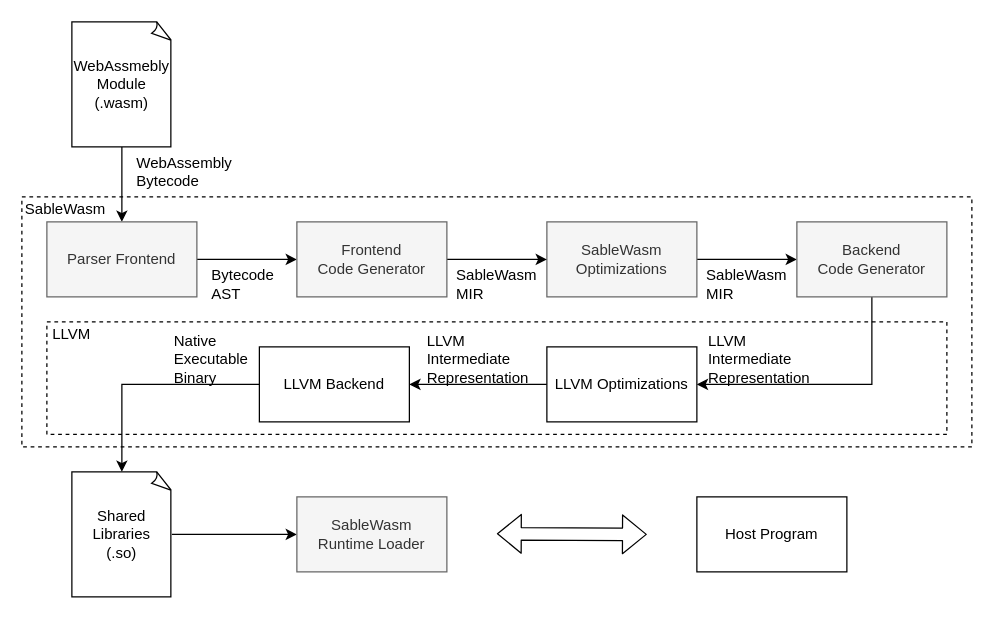
The draw.io diagram Images/design.drawio in NineKa/sable-wasm-thesis, before the edit. Source tidied: cells renumbered, new cells numbered last; positions are measured from the earlier drawing's top-left corner, leaving out a move shared by most shapes. Both pictures are drawn from the tidied source at 125%, with x=0, y=0 at pixel (21, 21).
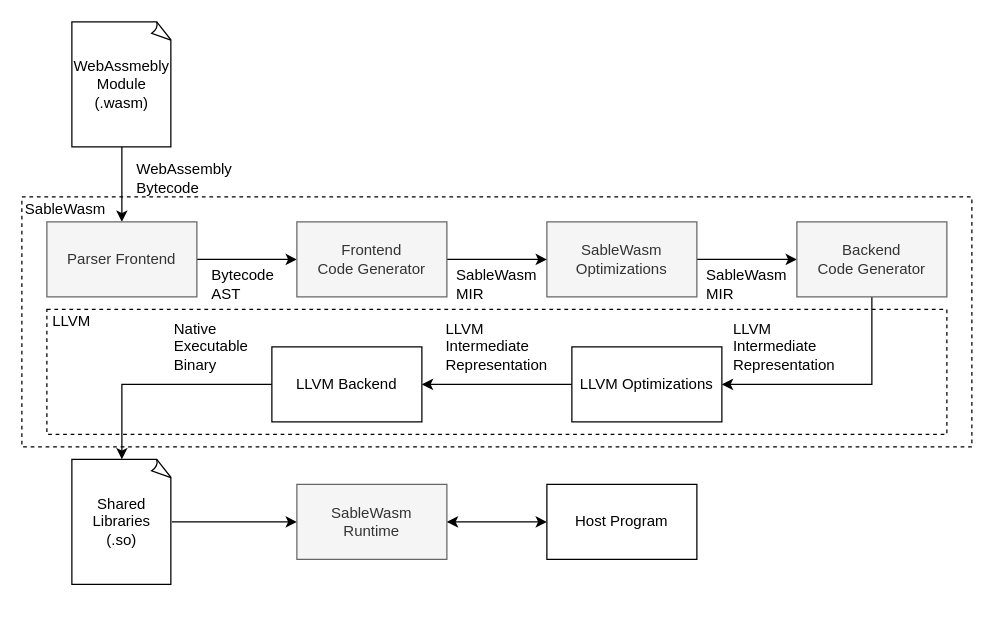
Above is the later version.

Commit message (it also covers changes not shown here):
updating design illustration

What changed in the source:
```diff
@@
     <mxCell id="14" value="LLVM Optimizations" style="rounded=0;whiteSpace=wrap;html=1;" parent="1" vertex="1">
-      <mxGeometry x="420" y="260" width="120" height="60" as="geometry" />
+      <mxGeometry x="440" y="260" width="120" height="60" as="geometry" />
     </mxCell>
@@
     <mxCell id="16" value="Shared&lt;br&gt;Libraries&lt;br&gt;(.so)" style="whiteSpace=wrap;html=1;shape=mxgraph.basic.document;" parent="1" vertex="1">
-      <mxGeometry x="40" y="360" width="80" height="100" as="geometry" />
+      <mxGeometry x="40" y="350" width="80" height="100" as="geometry" />
     </mxCell>
     <mxCell id="17" value="WebAssembly&lt;br&gt;Bytecode" style="text;html=1;strokeColor=none;fillColor=none;align=left;verticalAlign=middle;whiteSpace=wrap;rounded=0;" parent="1" vertex="1">
-      <mxGeometry x="90" y="110" width="40" height="20" as="geometry" />
+      <mxGeometry x="90" y="110" width="80" height="30" as="geometry" />
     </mxCell>
@@
     <mxCell id="21" value="&lt;div style=&quot;text-align: left&quot;&gt;&lt;span&gt;LLVM&amp;nbsp;&lt;/span&gt;&lt;/div&gt;&lt;div style=&quot;text-align: left&quot;&gt;&lt;span&gt;Intermediate&lt;/span&gt;&lt;/div&gt;&lt;div style=&quot;text-align: left&quot;&gt;&lt;span&gt;Representation&lt;/span&gt;&lt;/div&gt;" style="text;html=1;strokeColor=none;fillColor=none;align=center;verticalAlign=middle;whiteSpace=wrap;rounded=0;" parent="1" vertex="1">
-      <mxGeometry x="550" y="250" width="80" height="40" as="geometry" />
+      <mxGeometry x="570" y="240" width="80" height="40" as="geometry" />
     </mxCell>
     <mxCell id="22" value="Native&lt;br&gt;Executable&lt;br&gt;Binary" style="text;html=1;strokeColor=none;fillColor=none;align=left;verticalAlign=middle;whiteSpace=wrap;rounded=0;" parent="1" vertex="1">
-      <mxGeometry x="120" y="250" width="60" height="40" as="geometry" />
+      <mxGeometry x="120" y="240" width="60" height="40" as="geometry" />
     </mxCell>
-    <mxCell id="23" value="SableWasm&lt;br&gt;Runtime Loader" style="rounded=0;whiteSpace=wrap;html=1;fillColor=#f5f5f5;strokeColor=#666666;fontColor=#333333;" parent="1" vertex="1">
-      <mxGeometry x="220" y="380" width="120" height="60" as="geometry" />
+    <mxCell id="23" value="SableWasm&lt;br&gt;Runtime" style="rounded=0;whiteSpace=wrap;html=1;fillColor=#f5f5f5;strokeColor=#666666;fontColor=#333333;" parent="1" vertex="1">
+      <mxGeometry x="220" y="370" width="120" height="60" as="geometry" />
     </mxCell>
-    <mxCell id="24" style="shape=flexArrow;endArrow=classic;startArrow=classic;html=1;" parent="1" edge="1">
-      <mxGeometry relative="1" as="geometry">
-        <mxPoint x="380" y="409.5" as="sourcePoint" />
-        <mxPoint x="500" y="410" as="targetPoint" />
-      </mxGeometry>
-    </mxCell>
     <mxCell id="25" value="Host Program" style="rounded=0;whiteSpace=wrap;html=1;" parent="1" vertex="1">
-      <mxGeometry x="540" y="380" width="120" height="60" as="geometry" />
+      <mxGeometry x="420" y="370" width="120" height="60" as="geometry" />
     </mxCell>
@@
     <mxCell id="28" value="LLVM Backend" style="rounded=0;whiteSpace=wrap;html=1;" parent="1" vertex="1">
-      <mxGeometry x="190" y="260" width="120" height="60" as="geometry" />
+      <mxGeometry x="200" y="260" width="120" height="60" as="geometry" />
     </mxCell>
     <mxCell id="29" value="&lt;div style=&quot;text-align: left&quot;&gt;&lt;span&gt;LLVM&amp;nbsp;&lt;/span&gt;&lt;/div&gt;&lt;div style=&quot;text-align: left&quot;&gt;&lt;span&gt;Intermediate&lt;/span&gt;&lt;/div&gt;&lt;div style=&quot;text-align: left&quot;&gt;&lt;span&gt;Representation&lt;/span&gt;&lt;/div&gt;" style="text;html=1;strokeColor=none;fillColor=none;align=center;verticalAlign=middle;whiteSpace=wrap;rounded=0;" parent="1" vertex="1">
-      <mxGeometry x="325" y="250" width="80" height="40" as="geometry" />
+      <mxGeometry x="340" y="240" width="80" height="40" as="geometry" />
     </mxCell>
     <mxCell id="30" style="rounded=0;whiteSpace=wrap;html=1;fillColor=none;dashed=1;" parent="1" vertex="1">
-      <mxGeometry x="20" y="240" width="720" height="90" as="geometry" />
+      <mxGeometry x="20" y="230" width="720" height="100" as="geometry" />
     </mxCell>
     <mxCell id="31" value="LLVM" style="text;html=1;strokeColor=none;fillColor=none;align=center;verticalAlign=middle;whiteSpace=wrap;rounded=0;" parent="1" vertex="1">
-      <mxGeometry x="20" y="240" width="40" height="20" as="geometry" />
+      <mxGeometry x="20" y="230" width="40" height="20" as="geometry" />
     </mxCell>
+    <mxCell id="32" style="endArrow=classic;startArrow=classic;html=1;entryX=0;entryY=0.5;entryDx=0;entryDy=0;exitX=1;exitY=0.5;exitDx=0;exitDy=0;" parent="1" edge="1" source="23" target="25">
+      <mxGeometry relative="1" as="geometry" />
+    </mxCell>
```
